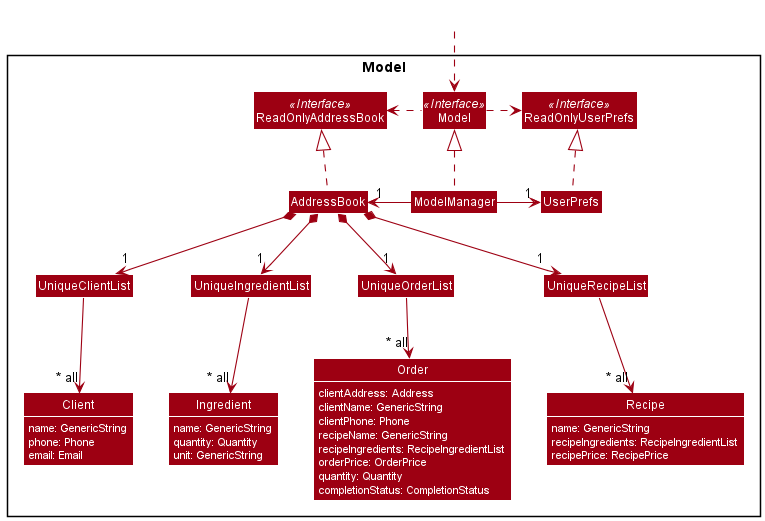
Earlier version of the PlantUML export docs/images/ModelClassDiagram.png (zognin/tp).
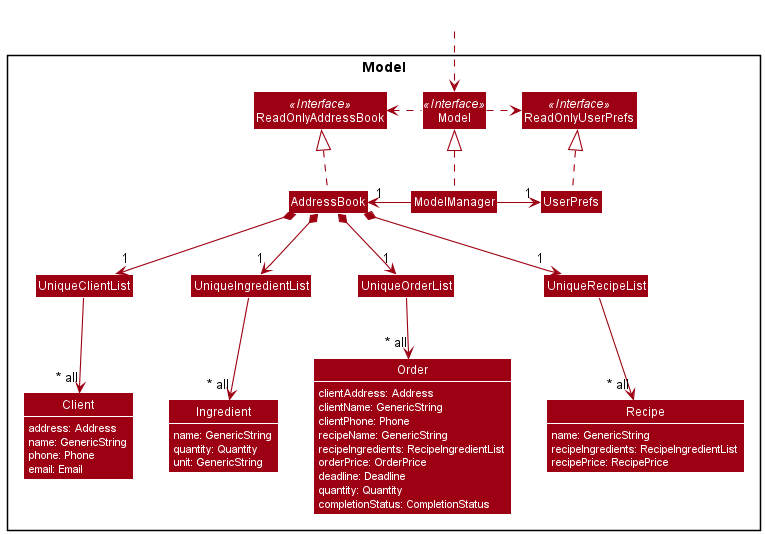
After the commit.

Commit message:
Fix model class diagram

Diff of the diagram source:
```diff
@@ -23,6 +23,7 @@
 
 Class UniqueClientList
 class Client {
+    address: Address
     name: GenericString
     phone: Phone
     email: Email
@@ -43,6 +44,7 @@
     recipeName: GenericString
     recipeIngredients: RecipeIngredientList
     orderPrice: OrderPrice
+    deadline: Deadline
     quantity: Quantity
     completionStatus: CompletionStatus
 }
```
